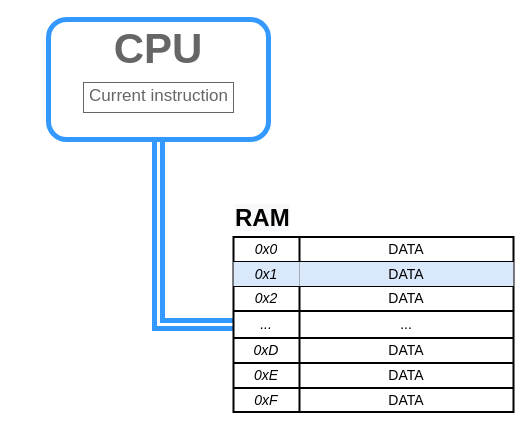
Earlier version of the draw.io diagram doc/models/ram_only.drawio (mrazekv-students/bp22_cpu_perina). Source tidied: cells renumbered, new cells numbered last; positions are measured from the earlier drawing's top-left corner, leaving out a move shared by most shapes. Both pictures are drawn from the tidied source at 100%, with x=0, y=0 at pixel (48, 19).
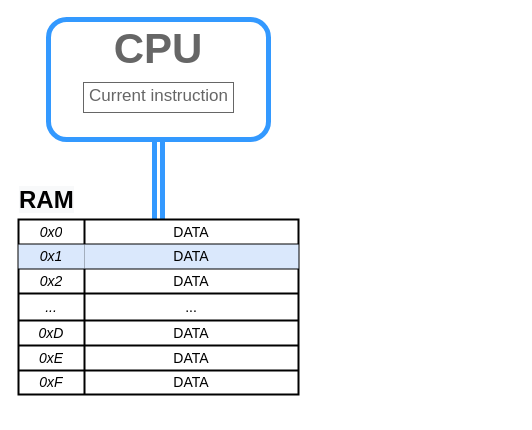
After the change.

Unchanged cells that the change refers to:
```xml
<mxCell id="2" style="rounded=1;whiteSpace=wrap;html=1;fontFamily=Helvetica;fontSize=38;fontColor=#4C0099;align=left;verticalAlign=middle;strokeWidth=5;strokeColor=#3399FF;" parent="1" vertex="1">
  <mxGeometry width="220" height="120" as="geometry" />
</mxCell>
<mxCell id="16" style="shape=partialRectangle;html=1;whiteSpace=wrap;fillColor=none;top=0;left=0;bottom=0;right=0;points=[[0,0.5],[1,0.5]];portConstraint=eastwest;fontSize=14;strokeColor=default;strokeWidth=2;" parent="6" vertex="1">
  <mxGeometry y="74" width="280" height="27" as="geometry" />
</mxCell>
```

The edit, as a diff of the source:
```diff
@@
-    <mxCell id="5" style="edgeStyle=orthogonalEdgeStyle;rounded=0;jettySize=auto;html=1;entryX=0;entryY=0.5;entryDx=0;entryDy=0;fontFamily=Helvetica;fontSize=38;fontColor=#000000;shape=link;strokeWidth=5;targetPerimeterSpacing=0;endSize=6;strokeColor=#3399FF;" parent="1" edge="1" source="2" target="16">
+    <mxCell id="5" style="edgeStyle=orthogonalEdgeStyle;rounded=0;jettySize=auto;html=1;fontFamily=Helvetica;fontSize=38;fontColor=#000000;shape=link;strokeWidth=5;targetPerimeterSpacing=0;endSize=6;strokeColor=#3399FF;entryX=0.5;entryY=0;entryDx=0;entryDy=0;" parent="1" edge="1" source="2" target="6">
       <mxGeometry relative="1" as="geometry" />
     </mxCell>
     <mxCell id="6" style="shape=table;html=1;whiteSpace=wrap;startSize=0;childLayout=tableLayout;fontSize=14;strokeColor=default;strokeWidth=2;fillColor=default;gradientColor=none;" parent="1" vertex="1">
-      <mxGeometry x="185" y="217.5" width="280" height="175" as="geometry" />
+      <mxGeometry x="-30" y="200" width="280" height="175" as="geometry" />
     </mxCell>
@@
     <mxCell id="28" value="&lt;span style=&quot;color: rgb(0, 0, 0); font-family: helvetica; font-size: 24px; font-style: normal; font-weight: 700; letter-spacing: normal; text-align: center; text-indent: 0px; text-transform: none; word-spacing: 0px; background-color: rgb(248, 249, 250); display: inline; float: none;&quot;&gt;RAM&lt;/span&gt;" style="text;whiteSpace=wrap;html=1;fontSize=14;" parent="1" vertex="1">
-      <mxGeometry x="185" y="177.5" width="281" height="40" as="geometry" />
+      <mxGeometry x="-31" y="160" width="281" height="40" as="geometry" />
     </mxCell>
```
